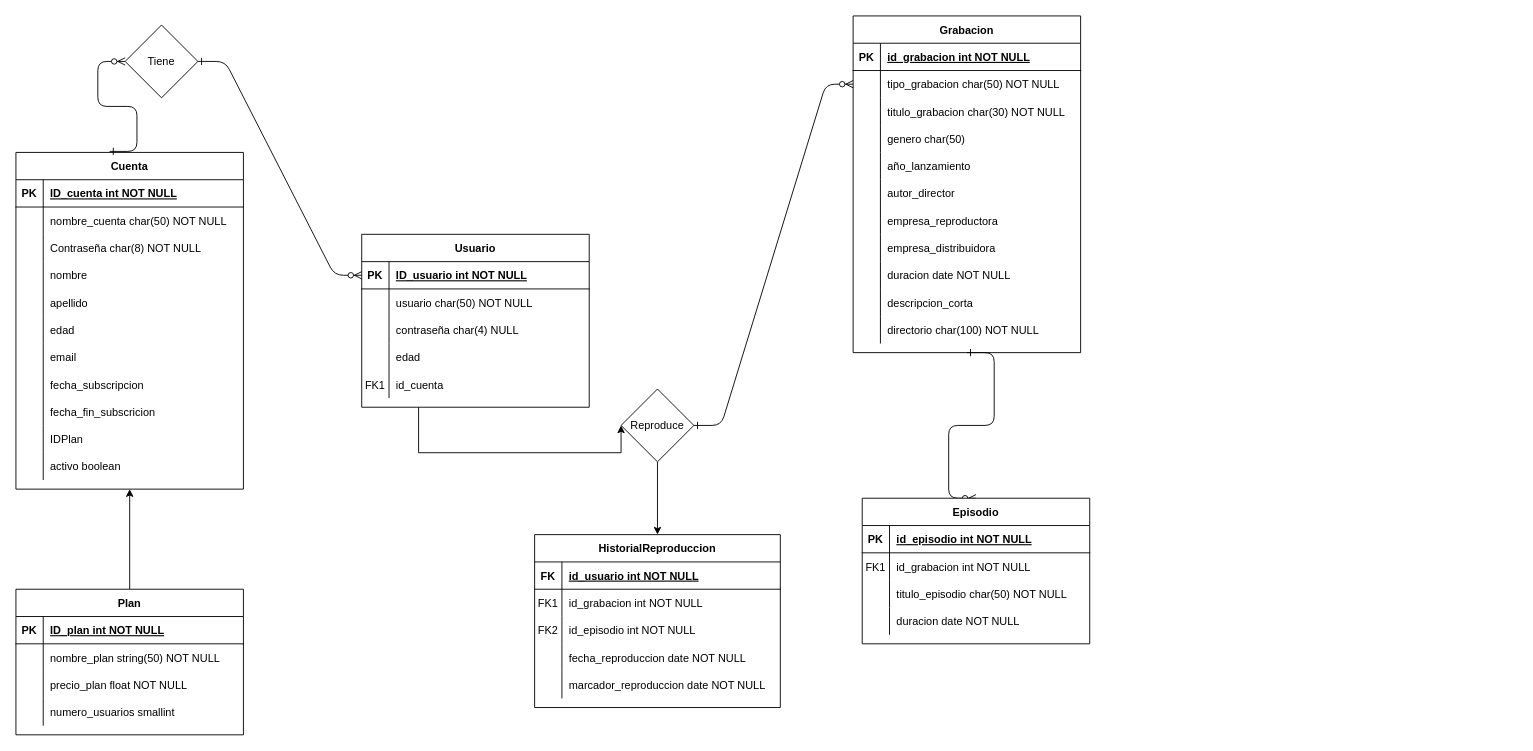
The draw.io diagram page "BS_STREEM" (1 of 5) of BD_Proyectos Varios.drawio.xml in IvanaCandyAguilar/SQL-Development, before the edit. Source tidied: cells renumbered, new cells numbered last; positions are measured from the earlier drawing's top-left corner, leaving out a move shared by most shapes. Both pictures are drawn from the tidied source at 91%, with x=0, y=0 at pixel (15, 15).
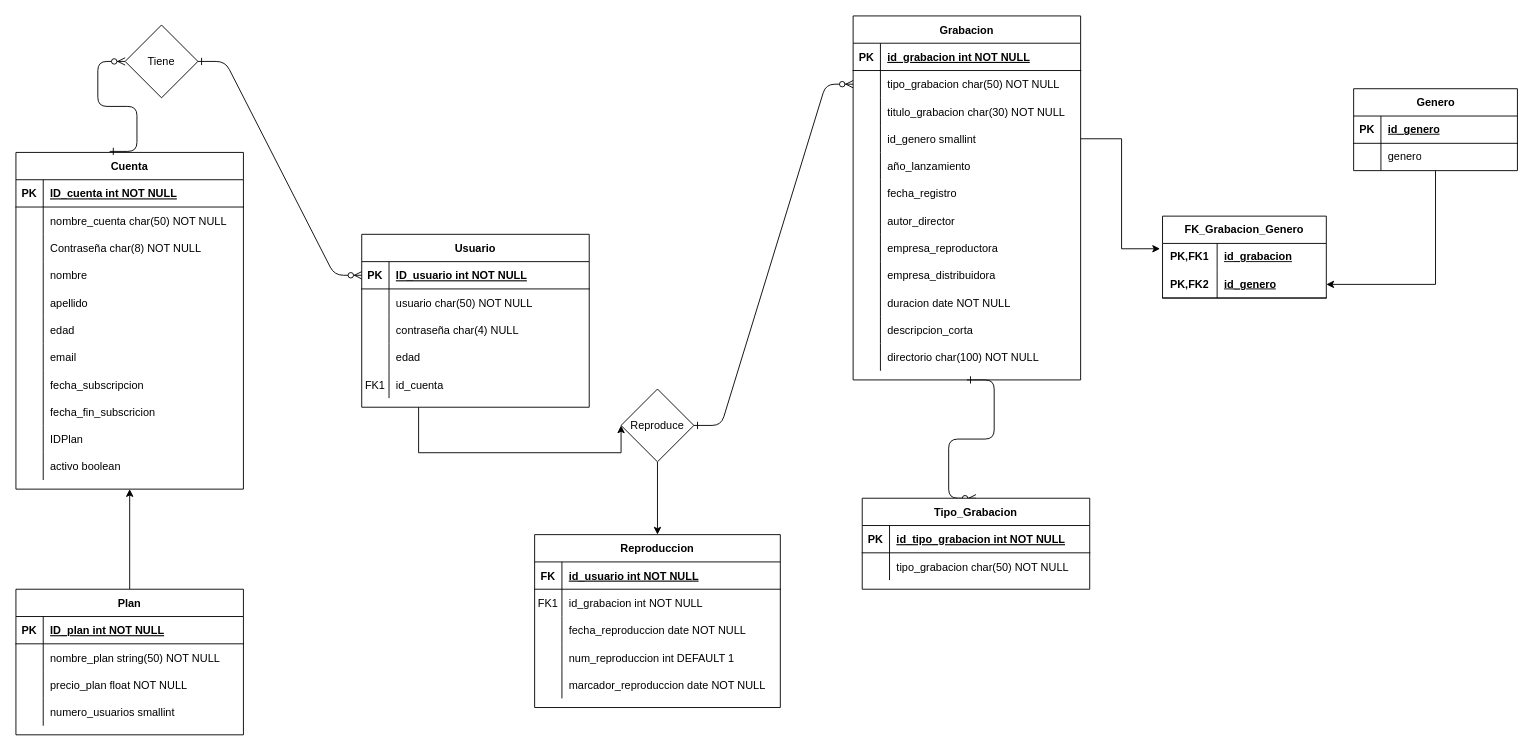
The same diagram, later.

Unchanged cells that the change refers to:
```xml
<mxCell id="5" style="shape=partialRectangle;fillColor=none;top=0;left=0;right=0;bottom=1;" parent="4" vertex="1">
  <mxGeometry y="30" width="250" height="30" as="geometry" />
</mxCell>
<mxCell id="94" style="shape=partialRectangle;fillColor=none;points=[[0,0.5],[1,0.5]];portConstraint=eastwest;top=0;left=0;right=0;bottom=0;" parent="84" vertex="1">
  <mxGeometry y="120" width="250" height="30" as="geometry" />
</mxCell>
```

What changed in the source:
```diff
@@
-    <mxCell id="4" value="Episodio" style="shape=table;startSize=30;childLayout=tableLayout;rowLines=0;fontStyle=1;align=center;" parent="1" vertex="1">
-      <mxGeometry x="930" y="530" width="250" height="160" as="geometry" />
+    <mxCell id="4" value="Tipo_Grabacion" style="shape=table;startSize=30;childLayout=tableLayout;rowLines=0;fontStyle=1;align=center;" parent="1" vertex="1">
+      <mxGeometry x="930" y="530" width="250" height="100" as="geometry" />
     </mxCell>
@@
-    <mxCell id="7" value="id_episodio int NOT NULL " style="shape=partialRectangle;overflow=hidden;fillColor=none;top=0;left=0;bottom=0;right=0;align=left;spacingLeft=6;fontStyle=5;" parent="5" vertex="1">
+    <mxCell id="7" value="id_tipo_grabacion int NOT NULL " style="shape=partialRectangle;overflow=hidden;fillColor=none;top=0;left=0;bottom=0;right=0;align=left;spacingLeft=6;fontStyle=5;" parent="5" vertex="1">
       <mxGeometry x="30" width="220" height="30" as="geometry" />
     </mxCell>
-    <mxCell id="8" style="shape=partialRectangle;fillColor=none;top=0;left=0;right=0;bottom=0;" parent="4" vertex="1">
-      <mxGeometry y="60" width="250" height="30" as="geometry" />
-    </mxCell>
-    <mxCell id="9" value="FK1" style="shape=partialRectangle;overflow=hidden;fillColor=none;top=0;left=0;bottom=0;right=0;" parent="8" vertex="1">
-      <mxGeometry width="30" height="30" as="geometry" />
-    </mxCell>
-    <mxCell id="10" value="id_grabacion int NOT NULL" style="shape=partialRectangle;overflow=hidden;fillColor=none;top=0;left=0;bottom=0;right=0;align=left;spacingLeft=6;" parent="8" vertex="1">
-      <mxGeometry x="30" width="220" height="30" as="geometry" />
-    </mxCell>
     <mxCell id="11" style="shape=partialRectangle;fillColor=none;top=0;left=0;right=0;bottom=0;" parent="4" vertex="1">
-      <mxGeometry y="90" width="250" height="30" as="geometry" />
+      <mxGeometry y="60" width="250" height="30" as="geometry" />
     </mxCell>
@@
-    <mxCell id="13" value="titulo_episodio char(50) NOT NULL" style="shape=partialRectangle;overflow=hidden;fillColor=none;top=0;left=0;bottom=0;right=0;align=left;spacingLeft=6;" parent="11" vertex="1">
+    <mxCell id="13" value="tipo_grabacion char(50) NOT NULL" style="shape=partialRectangle;overflow=hidden;fillColor=none;top=0;left=0;bottom=0;right=0;align=left;spacingLeft=6;" parent="11" vertex="1">
       <mxGeometry x="30" width="220" height="30" as="geometry" />
     </mxCell>
-    <mxCell id="14" style="shape=partialRectangle;fillColor=none;top=0;left=0;right=0;bottom=0;" parent="4" vertex="1">
-      <mxGeometry y="120" width="250" height="30" as="geometry" />
-    </mxCell>
-    <mxCell id="15" style="shape=partialRectangle;overflow=hidden;fillColor=none;top=0;left=0;bottom=0;right=0;" parent="14" vertex="1">
-      <mxGeometry width="30" height="30" as="geometry" />
-    </mxCell>
-    <mxCell id="16" value="duracion date NOT NULL" style="shape=partialRectangle;overflow=hidden;fillColor=none;top=0;left=0;bottom=0;right=0;align=left;spacingLeft=6;" parent="14" vertex="1">
-      <mxGeometry x="30" width="220" height="30" as="geometry" />
-    </mxCell>
@@
-    <mxCell id="68" value="HistorialReproduccion" style="shape=table;startSize=30;childLayout=tableLayout;rowLines=0;fontStyle=1;align=center;" parent="1" vertex="1">
+    <mxCell id="68" value="Reproduccion" style="shape=table;startSize=30;childLayout=tableLayout;rowLines=0;fontStyle=1;align=center;" parent="1" vertex="1">
       <mxGeometry x="570" y="570" width="270" height="190" as="geometry" />
     </mxCell>
@@
-    <mxCell id="75" style="shape=partialRectangle;fillColor=none;top=0;left=0;right=0;bottom=0;" parent="68" vertex="1">
-      <mxGeometry y="90" width="270" height="30" as="geometry" />
-    </mxCell>
-    <mxCell id="76" value="FK2" style="shape=partialRectangle;overflow=hidden;fillColor=none;top=0;left=0;bottom=0;right=0;" parent="75" vertex="1">
-      <mxGeometry width="30" height="30" as="geometry" />
-    </mxCell>
-    <mxCell id="77" value="id_episodio int NOT NULL" style="shape=partialRectangle;overflow=hidden;fillColor=none;top=0;left=0;bottom=0;right=0;align=left;spacingLeft=6;" parent="75" vertex="1">
-      <mxGeometry x="30" width="240" height="30" as="geometry" />
-    </mxCell>
     <mxCell id="78" style="shape=partialRectangle;fillColor=none;top=0;left=0;right=0;bottom=0;" parent="68" vertex="1">
-      <mxGeometry y="120" width="270" height="30" as="geometry" />
+      <mxGeometry y="90" width="270" height="30" as="geometry" />
     </mxCell>
@@
+    <mxCell id="137" style="shape=partialRectangle;fillColor=none;top=0;left=0;right=0;bottom=0;" parent="68" vertex="1">
+      <mxGeometry y="120" width="270" height="30" as="geometry" />
+    </mxCell>
+    <mxCell id="138" style="shape=partialRectangle;overflow=hidden;fillColor=none;top=0;left=0;bottom=0;right=0;" parent="137" vertex="1">
+      <mxGeometry width="30" height="30" as="geometry" />
+    </mxCell>
+    <mxCell id="139" value="num_reproduccion int DEFAULT 1" style="shape=partialRectangle;overflow=hidden;fillColor=none;top=0;left=0;bottom=0;right=0;align=left;spacingLeft=6;" parent="137" vertex="1">
+      <mxGeometry x="30" width="240" height="30" as="geometry" />
+    </mxCell>
@@
     <mxCell id="84" value="Grabacion" style="shape=table;startSize=30;childLayout=tableLayout;rowLines=0;fontStyle=1;align=center;" parent="1" vertex="1">
-      <mxGeometry x="920" width="250" height="370" as="geometry" />
+      <mxGeometry x="920" width="250" height="400" as="geometry" />
     </mxCell>
@@
-    <mxCell id="96" value="genero char(50) " style="shape=partialRectangle;overflow=hidden;fillColor=none;top=0;left=0;bottom=0;right=0;align=left;spacingLeft=6;" parent="94" vertex="1">
+    <mxCell id="96" value="id_genero smallint " style="shape=partialRectangle;overflow=hidden;fillColor=none;top=0;left=0;bottom=0;right=0;align=left;spacingLeft=6;" parent="94" vertex="1">
       <mxGeometry x="30" width="220" height="30" as="geometry" />
     </mxCell>
@@
+    <mxCell id="140" style="shape=partialRectangle;fillColor=none;top=0;left=0;right=0;bottom=0;" parent="84" vertex="1">
+      <mxGeometry y="180" width="250" height="30" as="geometry" />
+    </mxCell>
+    <mxCell id="141" style="shape=partialRectangle;overflow=hidden;fillColor=none;top=0;left=0;bottom=0;right=0;" parent="140" vertex="1">
+      <mxGeometry width="30" height="30" as="geometry" />
+    </mxCell>
+    <mxCell id="142" value="fecha_registro" style="shape=partialRectangle;overflow=hidden;fillColor=none;top=0;left=0;bottom=0;right=0;align=left;spacingLeft=6;" parent="140" vertex="1">
+      <mxGeometry x="30" width="220" height="30" as="geometry" />
+    </mxCell>
     <mxCell id="100" style="shape=partialRectangle;fillColor=none;top=0;left=0;right=0;bottom=0;" parent="84" vertex="1">
-      <mxGeometry y="180" width="250" height="30" as="geometry" />
+      <mxGeometry y="210" width="250" height="30" as="geometry" />
     </mxCell>
@@
     <mxCell id="103" style="shape=partialRectangle;fillColor=none;top=0;left=0;right=0;bottom=0;" parent="84" vertex="1">
-      <mxGeometry y="210" width="250" height="30" as="geometry" />
+      <mxGeometry y="240" width="250" height="30" as="geometry" />
     </mxCell>
@@
     <mxCell id="106" style="shape=partialRectangle;fillColor=none;top=0;left=0;right=0;bottom=0;" parent="84" vertex="1">
-      <mxGeometry y="240" width="250" height="30" as="geometry" />
+      <mxGeometry y="270" width="250" height="30" as="geometry" />
     </mxCell>
@@
     <mxCell id="109" style="shape=partialRectangle;fillColor=none;top=0;left=0;right=0;bottom=0;" parent="84" vertex="1">
-      <mxGeometry y="270" width="250" height="30" as="geometry" />
+      <mxGeometry y="300" width="250" height="30" as="geometry" />
     </mxCell>
@@
     <mxCell id="112" style="shape=partialRectangle;fillColor=none;top=0;left=0;right=0;bottom=0;" parent="84" vertex="1">
-      <mxGeometry y="300" width="250" height="30" as="geometry" />
+      <mxGeometry y="330" width="250" height="30" as="geometry" />
     </mxCell>
@@
     <mxCell id="115" style="shape=partialRectangle;fillColor=none;top=0;left=0;right=0;bottom=0;" parent="84" vertex="1">
-      <mxGeometry y="330" width="250" height="30" as="geometry" />
+      <mxGeometry y="360" width="250" height="30" as="geometry" />
     </mxCell>
@@
+    <mxCell id="143" style="edgeStyle=orthogonalEdgeStyle;rounded=0;jettySize=auto;html=1;" parent="1" edge="1" source="144" target="155">
+      <mxGeometry relative="1" as="geometry" />
+    </mxCell>
+    <mxCell id="144" value="Genero" style="shape=table;startSize=30;childLayout=tableLayout;rowLines=0;fontStyle=1;align=center;html=1;" parent="1" vertex="1">
+      <mxGeometry x="1470" y="80" width="180" height="90" as="geometry" />
+    </mxCell>
+    <mxCell id="145" style="shape=tableRow;horizontal=0;startSize=0;swimlaneHead=0;swimlaneBody=0;fillColor=none;top=0;left=0;right=0;bottom=1;" parent="144" vertex="1">
+      <mxGeometry y="30" width="180" height="30" as="geometry" />
+    </mxCell>
+    <mxCell id="146" value="PK" style="shape=partialRectangle;fillColor=none;top=0;left=0;bottom=0;right=0;fontStyle=1;overflow=hidden;whiteSpace=wrap;html=1;" parent="145" vertex="1">
+      <mxGeometry width="30" height="30" as="geometry" />
+    </mxCell>
+    <mxCell id="147" value="id_genero" style="shape=partialRectangle;fillColor=none;top=0;left=0;bottom=0;right=0;align=left;spacingLeft=6;fontStyle=5;overflow=hidden;whiteSpace=wrap;html=1;" parent="145" vertex="1">
+      <mxGeometry x="30" width="150" height="30" as="geometry" />
+    </mxCell>
+    <mxCell id="148" style="shape=tableRow;horizontal=0;startSize=0;swimlaneHead=0;swimlaneBody=0;fillColor=none;top=0;left=0;right=0;bottom=0;" parent="144" vertex="1">
+      <mxGeometry y="60" width="180" height="30" as="geometry" />
+    </mxCell>
+    <mxCell id="149" style="shape=partialRectangle;fillColor=none;top=0;left=0;bottom=0;right=0;overflow=hidden;whiteSpace=wrap;html=1;" parent="148" vertex="1">
+      <mxGeometry width="30" height="30" as="geometry" />
+    </mxCell>
+    <mxCell id="150" value="genero" style="shape=partialRectangle;fillColor=none;top=0;left=0;bottom=0;right=0;align=left;spacingLeft=6;overflow=hidden;whiteSpace=wrap;html=1;" parent="148" vertex="1">
+      <mxGeometry x="30" width="150" height="30" as="geometry" />
+    </mxCell>
+    <mxCell id="151" value="FK_Grabacion_Genero" style="shape=table;startSize=30;childLayout=tableLayout;rowLines=0;fontStyle=1;align=center;html=1;whiteSpace=wrap;" parent="1" vertex="1">
+      <mxGeometry x="1260" y="220" width="180" height="90" as="geometry" />
+    </mxCell>
+    <mxCell id="152" style="shape=tableRow;horizontal=0;startSize=0;swimlaneHead=0;swimlaneBody=0;fillColor=none;points=[[0,0.5],[1,0.5]];portConstraint=eastwest;top=0;left=0;right=0;bottom=0;html=1;" parent="151" vertex="1">
+      <mxGeometry y="30" width="180" height="30" as="geometry" />
+    </mxCell>
+    <mxCell id="153" value="PK,FK1" style="shape=partialRectangle;fillColor=none;top=0;left=0;bottom=0;right=0;fontStyle=1;overflow=hidden;html=1;whiteSpace=wrap;" parent="152" vertex="1">
+      <mxGeometry width="60" height="30" as="geometry" />
+    </mxCell>
+    <mxCell id="154" value="id_grabacion" style="shape=partialRectangle;fillColor=none;top=0;left=0;bottom=0;right=0;align=left;spacingLeft=6;fontStyle=5;overflow=hidden;html=1;whiteSpace=wrap;" parent="152" vertex="1">
+      <mxGeometry x="60" width="120" height="30" as="geometry" />
+    </mxCell>
+    <mxCell id="155" style="shape=tableRow;horizontal=0;startSize=0;swimlaneHead=0;swimlaneBody=0;fillColor=none;points=[[0,0.5],[1,0.5]];portConstraint=eastwest;top=0;left=0;right=0;bottom=1;html=1;" parent="151" vertex="1">
+      <mxGeometry y="60" width="180" height="30" as="geometry" />
+    </mxCell>
+    <mxCell id="156" value="PK,FK2" style="shape=partialRectangle;fillColor=none;top=0;left=0;bottom=0;right=0;fontStyle=1;overflow=hidden;html=1;whiteSpace=wrap;" parent="155" vertex="1">
+      <mxGeometry width="60" height="30" as="geometry" />
+    </mxCell>
+    <mxCell id="157" value="id_genero" style="shape=partialRectangle;fillColor=none;top=0;left=0;bottom=0;right=0;align=left;spacingLeft=6;fontStyle=5;overflow=hidden;html=1;whiteSpace=wrap;" parent="155" vertex="1">
+      <mxGeometry x="60" width="120" height="30" as="geometry" />
+    </mxCell>
+    <mxCell id="158" style="edgeStyle=orthogonalEdgeStyle;rounded=0;jettySize=auto;html=1;entryX=-0.015;entryY=0.195;entryDx=0;entryDy=0;entryPerimeter=0;" parent="1" edge="1" source="94" target="152">
+      <mxGeometry relative="1" as="geometry" />
+    </mxCell>
```
